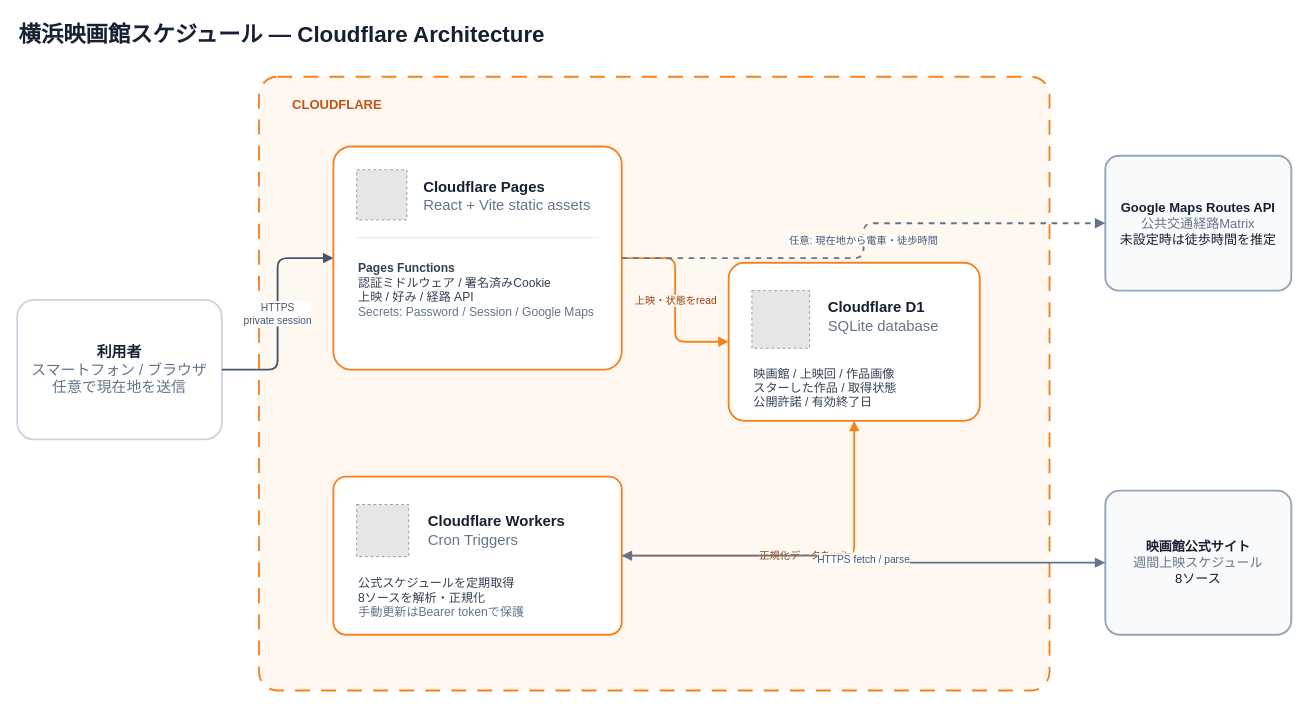
Earlier version of the draw.io diagram docs/architecture/cloudflare-architecture.drawio (daylight55/yokohama-cinema-schedule). Source tidied: cells renumbered, new cells numbered last; positions are measured from the earlier drawing's top-left corner, leaving out a move shared by most shapes. Both pictures are drawn from the tidied source at 93%, with x=0, y=0 at pixel (17, 16). Pictures stored in the file or linked from it are replaced by grey dashed boxes.
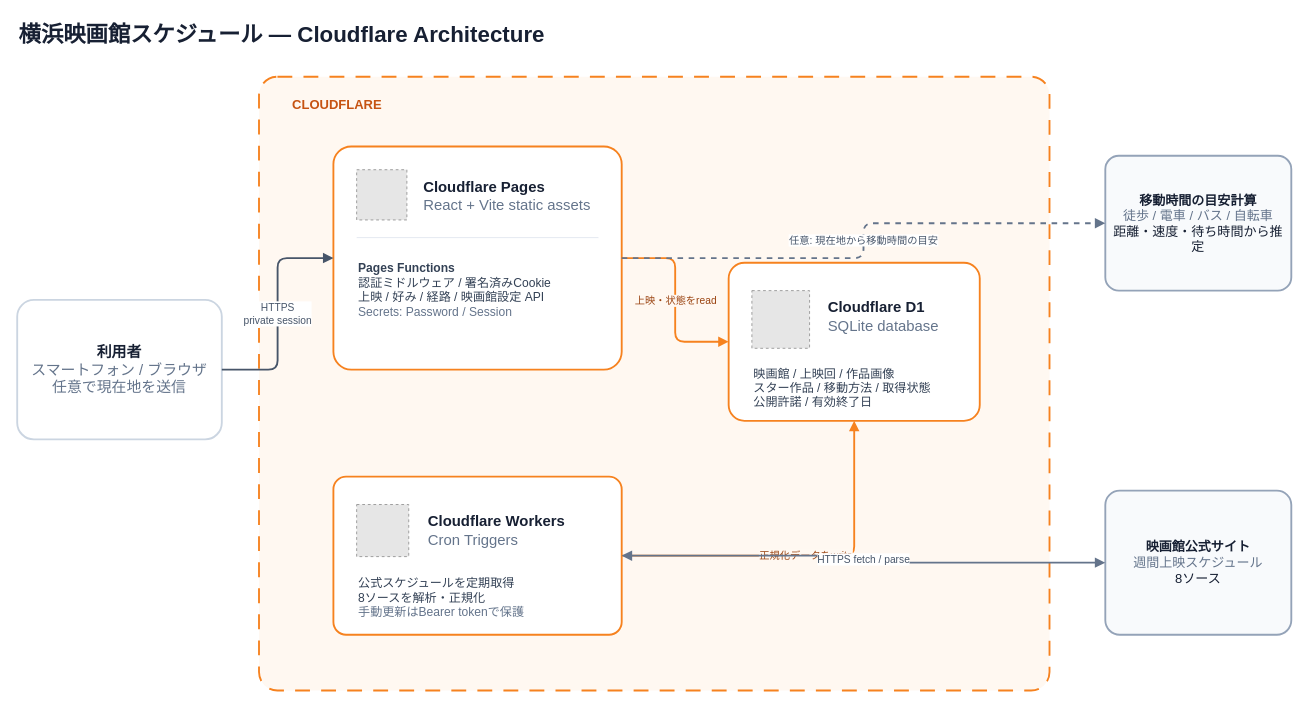
The same page after the edit.

The change refers to these unchanged cells:
```xml
<mxCell id="6" style="rounded=1;whiteSpace=wrap;html=1;arcSize=8;fillColor=#FFFFFF;strokeColor=#F6821F;strokeWidth=2;" parent="1" vertex="1">
  <mxGeometry x="340" y="140" width="310" height="240" as="geometry" />
</mxCell>
```

Diff of the diagram source:
```diff
@@
-    <mxCell id="10" value="&lt;b&gt;Pages Functions&lt;/b&gt;&lt;br&gt;認証ミドルウェア / 署名済みCookie&lt;br&gt;上映 / 好み / 経路 API&lt;br&gt;&lt;font color=&quot;#64748B&quot;&gt;Secrets: Password / Session / Google Maps&lt;/font&gt;" style="text;html=1;strokeColor=none;fillColor=none;align=left;verticalAlign=top;fontSize=13;fontColor=#334155;spacingTop=4;" parent="1" vertex="1">
+    <mxCell id="10" value="&lt;b&gt;Pages Functions&lt;/b&gt;&lt;br&gt;認証ミドルウェア / 署名済みCookie&lt;br&gt;上映 / 好み / 経路 / 映画館設定 API&lt;br&gt;&lt;font color=&quot;#64748B&quot;&gt;Secrets: Password / Session&lt;/font&gt;" style="text;html=1;strokeColor=none;fillColor=none;align=left;verticalAlign=top;fontSize=13;fontColor=#334155;spacingTop=4;" parent="1" vertex="1">
       <mxGeometry x="365" y="253" width="260" height="105" as="geometry" />
     </mxCell>
@@
-    <mxCell id="14" value="映画館 / 上映回 / 作品画像&lt;br&gt;スターした作品 / 取得状態&lt;br&gt;公開許諾 / 有効終了日" style="text;html=1;strokeColor=none;fillColor=none;align=left;verticalAlign=top;fontSize=13;fontColor=#334155;" parent="1" vertex="1">
+    <mxCell id="14" value="映画館 / 上映回 / 作品画像&lt;br&gt;スター作品 / 移動方法 / 取得状態&lt;br&gt;公開許諾 / 有効終了日" style="text;html=1;strokeColor=none;fillColor=none;align=left;verticalAlign=top;fontSize=13;fontColor=#334155;" parent="1" vertex="1">
       <mxGeometry x="790" y="370" width="220" height="60" as="geometry" />
     </mxCell>
@@
-    <mxCell id="19" value="&lt;b&gt;Google Maps Routes API&lt;/b&gt;&lt;br&gt;&lt;font color=&quot;#64748B&quot;&gt;公共交通経路Matrix&lt;/font&gt;&lt;br&gt;未設定時は徒歩時間を推定" style="rounded=1;whiteSpace=wrap;html=1;arcSize=10;fillColor=#F8FAFC;strokeColor=#94A3B8;strokeWidth=2;align=center;verticalAlign=middle;fontSize=14;fontColor=#172033;spacing=10;" parent="1" vertex="1">
+    <mxCell id="19" value="&lt;b&gt;移動時間の目安計算&lt;/b&gt;&lt;br&gt;&lt;font color=&quot;#64748B&quot;&gt;徒歩 / 電車 / バス / 自転車&lt;/font&gt;&lt;br&gt;距離・速度・待ち時間から推定" style="rounded=1;whiteSpace=wrap;html=1;arcSize=10;fillColor=#F8FAFC;strokeColor=#94A3B8;strokeWidth=2;align=center;verticalAlign=middle;fontSize=14;fontColor=#172033;spacing=10;" parent="1" vertex="1">
       <mxGeometry x="1170" y="150" width="200" height="145" as="geometry" />
     </mxCell>
@@
-    <mxCell id="24" value="任意: 現在地から電車・徒歩時間" style="edgeStyle=orthogonalEdgeStyle;rounded=1;jettySize=auto;html=1;strokeWidth=2;endArrow=block;endFill=1;strokeColor=#64748B;dashed=1;fontSize=11;fontColor=#475569;labelBackgroundColor=#FFFFFF;" parent="1" edge="1" source="6" target="19">
+    <mxCell id="24" value="任意: 現在地から移動時間の目安" style="edgeStyle=orthogonalEdgeStyle;rounded=1;jettySize=auto;html=1;strokeWidth=2;endArrow=block;endFill=1;strokeColor=#64748B;dashed=1;fontSize=11;fontColor=#475569;labelBackgroundColor=#FFFFFF;" parent="1" edge="1" source="6" target="19">
       <mxGeometry relative="1" as="geometry" />
     </mxCell>
```
